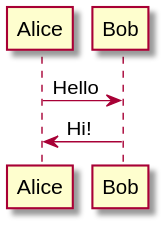
Earlier version of the PlantUML export firstDiagram.svg (pasqualespica/git_dojo_repo).
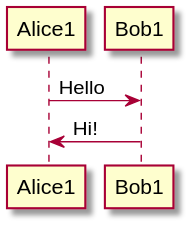
Above is the later version.

Commit message:
proca  dvvsv

The edit, as a diff of the source:
```diff
@@ -1,6 +1,6 @@
 @startuml firstDiagram
 
-Alice -> Bob: Hello
-Bob -> Alice: Hi!
+Alice1 -> Bob1: Hello
+Bob1 -> Alice1: Hi!
 
 @enduml
```
